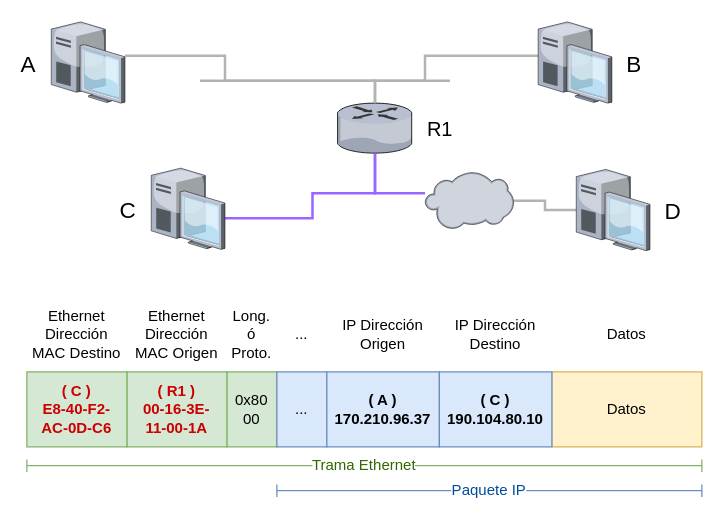
The draw.io diagram page "Page-2" (2 of 2) of images/encapsulamiento-entrega-indirecta.drawio in redesunlu/tyr-trabajos-practicos, before the edit. Source tidied: cells renumbered, new cells numbered last; positions are measured from the earlier drawing's top-left corner, leaving out a move shared by most shapes. Both pictures are drawn from the tidied source at 125%, with x=0, y=0 at pixel (26, 21).
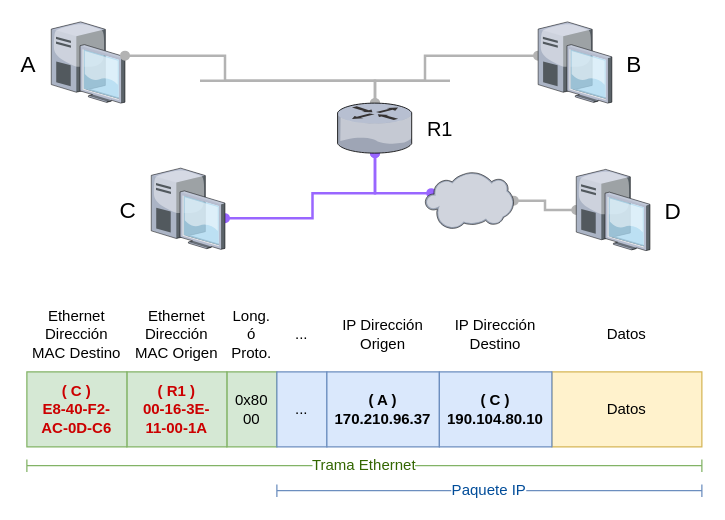
The same diagram, later.

Unchanged cells that the change refers to:
```xml
<mxCell id="18" value="A" style="verticalLabelPosition=middle;verticalAlign=middle;strokeColor=none;align=right;outlineConnect=0;shape=mxgraph.citrix.desktop;labelBackgroundColor=none;fontColor=#000000;fontSize=18;labelPosition=left;spacingRight=10;" parent="1" vertex="1">
  <mxGeometry x="19.5" width="59" height="65" as="geometry" />
</mxCell>
<mxCell id="20" value="B" style="verticalLabelPosition=middle;verticalAlign=middle;strokeColor=none;align=left;outlineConnect=0;shape=mxgraph.citrix.desktop;labelBackgroundColor=none;fontColor=#000000;fontSize=18;labelPosition=right;spacingLeft=10;" parent="1" vertex="1">
  <mxGeometry x="409" width="59" height="65" as="geometry" />
</mxCell>
<mxCell id="25" value="C" style="verticalLabelPosition=middle;verticalAlign=middle;strokeColor=none;align=right;outlineConnect=0;shape=mxgraph.citrix.desktop;labelBackgroundColor=none;fontColor=#000000;fontSize=18;labelPosition=left;spacingRight=10;" parent="1" vertex="1">
  <mxGeometry x="99.5" y="117" width="59" height="65" as="geometry" />
</mxCell>
<mxCell id="27" value="D" style="verticalLabelPosition=middle;verticalAlign=middle;strokeColor=none;align=left;outlineConnect=0;shape=mxgraph.citrix.desktop;labelBackgroundColor=none;fontColor=#000000;fontSize=18;labelPosition=right;spacingLeft=10;" parent="1" vertex="1">
  <mxGeometry x="439.5" y="118" width="59" height="65" as="geometry" />
</mxCell>
<mxCell id="28" style="verticalLabelPosition=bottom;html=1;verticalAlign=top;strokeColor=none;align=center;outlineConnect=0;shape=mxgraph.citrix.cloud;labelBackgroundColor=none;fontSize=16;fontColor=#000000;" parent="1" vertex="1">
  <mxGeometry x="318.5" y="120" width="71" height="46" as="geometry" />
</mxCell>
```

The edit, as a diff of the source:
```diff
@@
-    <mxCell id="19" style="edgeStyle=orthogonalEdgeStyle;rounded=0;jettySize=auto;html=1;fontColor=#004C99;endArrow=none;endFill=0;strokeWidth=2;strokeColor=#B3B3B3;" parent="1" edge="1" source="20" target="23">
+    <mxCell id="19" style="edgeStyle=orthogonalEdgeStyle;rounded=0;jettySize=auto;html=1;fontColor=#004C99;endArrow=oval;endFill=1;strokeWidth=2;strokeColor=#B3B3B3;startArrow=oval;startFill=1;" parent="1" edge="1" source="20" target="23">
       <mxGeometry relative="1" as="geometry">
         <Array as="points">
           <mxPoint x="318.5" y="27" />
           <mxPoint x="318.5" y="47" />
           <mxPoint x="278.5" y="47" />
         </Array>
       </mxGeometry>
     </mxCell>
@@
-    <mxCell id="22" style="edgeStyle=orthogonalEdgeStyle;rounded=0;jettySize=auto;html=1;endArrow=none;endFill=0;strokeColor=#9966FF;strokeWidth=2;fontSize=16;fontColor=#000000;" parent="1" edge="1" source="23" target="28">
+    <mxCell id="22" style="edgeStyle=orthogonalEdgeStyle;rounded=0;jettySize=auto;html=1;endArrow=oval;endFill=1;strokeColor=#9966FF;strokeWidth=2;fontSize=16;fontColor=#000000;startArrow=oval;startFill=1;targetPerimeterSpacing=-5;" parent="1" edge="1" source="23" target="28">
       <mxGeometry relative="1" as="geometry">
         <Array as="points">
           <mxPoint x="278.5" y="137" />
         </Array>
       </mxGeometry>
     </mxCell>
-    <mxCell id="23" value="R1" style="verticalLabelPosition=middle;verticalAlign=middle;strokeColor=none;align=left;outlineConnect=0;shape=mxgraph.citrix.router;fillColor=#ffffff;fontSize=16;labelPosition=right;spacingLeft=10;" parent="1" vertex="1">
-      <mxGeometry x="248.5" y="65" width="60" height="40" as="geometry" />
-    </mxCell>
-    <mxCell id="24" style="edgeStyle=orthogonalEdgeStyle;rounded=0;jettySize=auto;html=1;endArrow=none;endFill=0;strokeColor=#9966FF;strokeWidth=2;fontSize=16;fontColor=#000000;" parent="1" edge="1" source="25" target="23">
+    <mxCell id="24" style="edgeStyle=orthogonalEdgeStyle;rounded=0;jettySize=auto;html=1;endArrow=oval;endFill=1;strokeColor=#9966FF;strokeWidth=2;fontSize=16;fontColor=#000000;startArrow=oval;startFill=1;" parent="1" edge="1" source="25" target="23">
       <mxGeometry relative="1" as="geometry">
         <Array as="points">
           <mxPoint x="228.5" y="157" />
           <mxPoint x="228.5" y="137" />
           <mxPoint x="278.5" y="137" />
         </Array>
       </mxGeometry>
     </mxCell>
@@
-    <mxCell id="26" style="edgeStyle=orthogonalEdgeStyle;rounded=0;jettySize=auto;html=1;endArrow=none;endFill=0;strokeColor=#B3B3B3;strokeWidth=2;fontSize=16;fontColor=#000000;" parent="1" edge="1" source="27" target="28">
+    <mxCell id="26" style="edgeStyle=orthogonalEdgeStyle;rounded=0;jettySize=auto;html=1;endArrow=oval;endFill=1;strokeColor=#B3B3B3;strokeWidth=2;fontSize=16;fontColor=#000000;startArrow=oval;startFill=1;" parent="1" edge="1" source="27" target="28">
       <mxGeometry relative="1" as="geometry" />
     </mxCell>
@@
-    <mxCell id="29" style="edgeStyle=orthogonalEdgeStyle;rounded=0;jettySize=auto;html=1;fontColor=#004C99;endArrow=none;endFill=0;strokeWidth=2;strokeColor=#B3B3B3;" parent="1" edge="1" source="18" target="23">
+    <mxCell id="29" style="edgeStyle=orthogonalEdgeStyle;rounded=0;jettySize=auto;html=1;fontColor=#004C99;endArrow=oval;endFill=1;strokeWidth=2;strokeColor=#B3B3B3;startArrow=oval;startFill=1;" parent="1" edge="1" source="18" target="23">
       <mxGeometry relative="1" as="geometry">
         <Array as="points">
           <mxPoint x="158.5" y="27" />
           <mxPoint x="158.5" y="47" />
           <mxPoint x="278.5" y="47" />
         </Array>
       </mxGeometry>
     </mxCell>
+    <mxCell id="23" value="R1" style="verticalLabelPosition=middle;verticalAlign=middle;strokeColor=none;align=left;outlineConnect=0;shape=mxgraph.citrix.router;fillColor=#ffffff;fontSize=16;labelPosition=right;spacingLeft=10;" parent="1" vertex="1">
+      <mxGeometry x="248.5" y="65" width="60" height="40" as="geometry" />
+    </mxCell>
```
